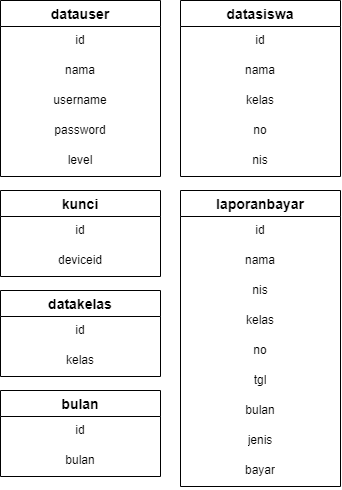
Before: ERD.drawio.png, a diagram exported from draw.io (Dityaren/Diagram). Source tidied: cells renumbered, new cells last; positions are measured from the earlier drawing's top-left corner, leaving out a move shared by most shapes.
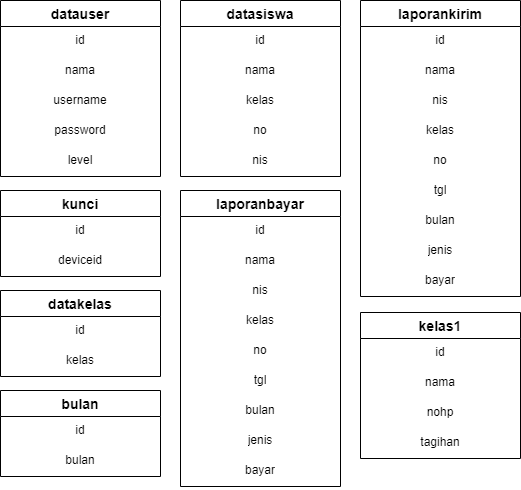
The same diagram one commit later.

Diff of the diagram source:
```diff
@@ -95,5 +95,50 @@
     <mxCell id="32" value="bayar" style="text;strokeColor=none;fillColor=none;spacingLeft=4;spacingRight=4;overflow=hidden;fontSize=12;align=center;html=1;" parent="23" vertex="1">
       <mxGeometry y="266" width="160" height="30" as="geometry" />
     </mxCell>
+    <mxCell id="33" value="laporankirim" style="swimlane;fontStyle=1;horizontal=1;startSize=26;align=center;fontSize=14;" parent="1" vertex="1">
+      <mxGeometry x="360" width="160" height="296" as="geometry" />
+    </mxCell>
+    <mxCell id="34" value="id" style="text;strokeColor=none;fillColor=none;spacingLeft=4;spacingRight=4;overflow=hidden;fontSize=12;align=center;" parent="33" vertex="1">
+      <mxGeometry y="26" width="160" height="30" as="geometry" />
+    </mxCell>
+    <mxCell id="35" value="nama" style="text;strokeColor=none;fillColor=none;spacingLeft=4;spacingRight=4;overflow=hidden;fontSize=12;align=center;" parent="33" vertex="1">
+      <mxGeometry y="56" width="160" height="30" as="geometry" />
+    </mxCell>
+    <mxCell id="36" value="nis" style="text;strokeColor=none;fillColor=none;spacingLeft=4;spacingRight=4;overflow=hidden;fontSize=12;align=center;" parent="33" vertex="1">
+      <mxGeometry y="86" width="160" height="30" as="geometry" />
+    </mxCell>
+    <mxCell id="37" value="kelas" style="text;strokeColor=none;fillColor=none;spacingLeft=4;spacingRight=4;overflow=hidden;fontSize=12;align=center;html=1;" parent="33" vertex="1">
+      <mxGeometry y="116" width="160" height="30" as="geometry" />
+    </mxCell>
+    <mxCell id="38" value="no" style="text;strokeColor=none;fillColor=none;spacingLeft=4;spacingRight=4;overflow=hidden;fontSize=12;align=center;html=1;" parent="33" vertex="1">
+      <mxGeometry y="146" width="160" height="30" as="geometry" />
+    </mxCell>
+    <mxCell id="39" value="tgl" style="text;strokeColor=none;fillColor=none;spacingLeft=4;spacingRight=4;overflow=hidden;fontSize=12;align=center;html=1;" parent="33" vertex="1">
+      <mxGeometry y="176" width="160" height="30" as="geometry" />
+    </mxCell>
+    <mxCell id="40" value="bulan" style="text;strokeColor=none;fillColor=none;spacingLeft=4;spacingRight=4;overflow=hidden;fontSize=12;align=center;html=1;" parent="33" vertex="1">
+      <mxGeometry y="206" width="160" height="30" as="geometry" />
+    </mxCell>
+    <mxCell id="41" value="jenis" style="text;strokeColor=none;fillColor=none;spacingLeft=4;spacingRight=4;overflow=hidden;fontSize=12;align=center;html=1;" parent="33" vertex="1">
+      <mxGeometry y="236" width="160" height="30" as="geometry" />
+    </mxCell>
+    <mxCell id="42" value="bayar" style="text;strokeColor=none;fillColor=none;spacingLeft=4;spacingRight=4;overflow=hidden;fontSize=12;align=center;html=1;" parent="33" vertex="1">
+      <mxGeometry y="266" width="160" height="30" as="geometry" />
+    </mxCell>
+    <mxCell id="43" value="kelas1" style="swimlane;fontStyle=1;horizontal=1;startSize=26;align=center;fontSize=14;" parent="1" vertex="1">
+      <mxGeometry x="360" y="312" width="160" height="146" as="geometry" />
+    </mxCell>
+    <mxCell id="44" value="id" style="text;strokeColor=none;fillColor=none;spacingLeft=4;spacingRight=4;overflow=hidden;fontSize=12;align=center;" parent="43" vertex="1">
+      <mxGeometry y="26" width="160" height="30" as="geometry" />
+    </mxCell>
+    <mxCell id="45" value="nama" style="text;strokeColor=none;fillColor=none;spacingLeft=4;spacingRight=4;overflow=hidden;fontSize=12;align=center;" parent="43" vertex="1">
+      <mxGeometry y="56" width="160" height="30" as="geometry" />
+    </mxCell>
+    <mxCell id="46" value="nohp" style="text;strokeColor=none;fillColor=none;spacingLeft=4;spacingRight=4;overflow=hidden;fontSize=12;align=center;" parent="43" vertex="1">
+      <mxGeometry y="86" width="160" height="30" as="geometry" />
+    </mxCell>
+    <mxCell id="47" value="tagihan" style="text;strokeColor=none;fillColor=none;spacingLeft=4;spacingRight=4;overflow=hidden;fontSize=12;align=center;" parent="43" vertex="1">
+      <mxGeometry y="116" width="160" height="30" as="geometry" />
+    </mxCell>
   </root>
 </mxGraphModel>
```
